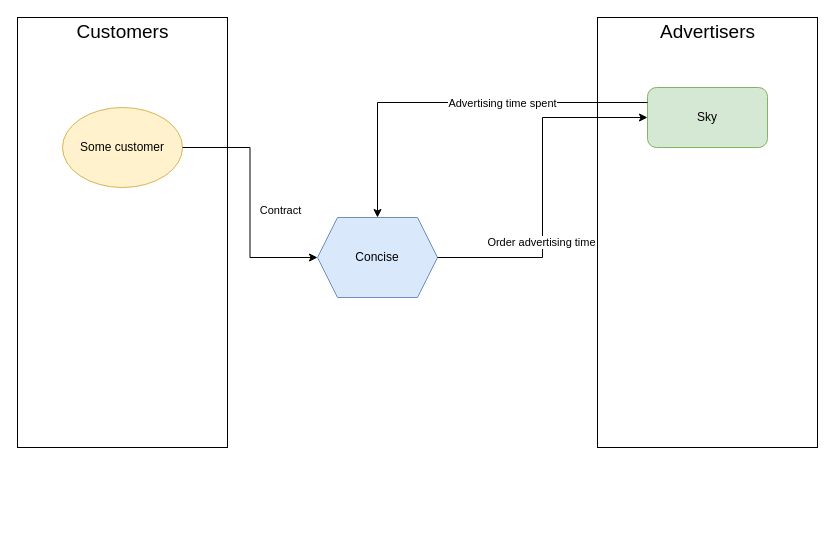
This is Untitled Diagram.drawio from anderslm/playground, a draw.io file, before an edit. Source tidied: cells renumbered, new cells numbered last; positions are measured from the earlier drawing's top-left corner, leaving out a move shared by most shapes. Both pictures are drawn from the tidied source at 100%, with x=0, y=0 at pixel (17, 17).
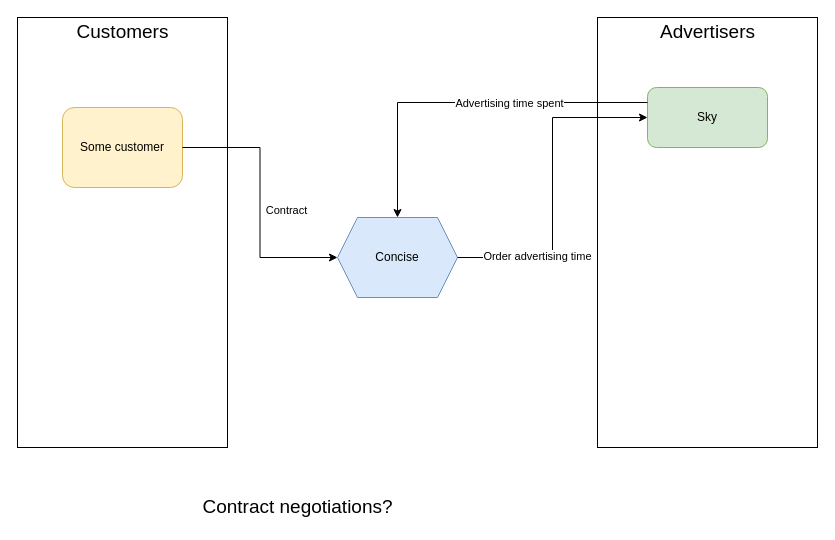
After the change.

Diff of the diagram source:
```diff
@@
 <mxGraphModel>
   <root>
     <mxCell id="0" />
     <mxCell id="1" parent="0" />
     <mxCell id="2" value="&lt;div&gt;Concise&lt;/div&gt;" style="shape=hexagon;perimeter=hexagonPerimeter2;whiteSpace=wrap;html=1;fixedSize=1;fillColor=#dae8fc;strokeColor=#6c8ebf;" parent="1" vertex="1">
-      <mxGeometry x="300" y="200" width="120" height="80" as="geometry" />
+      <mxGeometry x="320" y="200" width="120" height="80" as="geometry" />
     </mxCell>
     <mxCell id="3" style="group;" parent="1" vertex="1">
       <mxGeometry width="210" height="430" as="geometry" />
     </mxCell>
     <mxCell id="4" style="group;" parent="3" vertex="1">
       <mxGeometry width="210" height="430" as="geometry" />
     </mxCell>
     <mxCell id="5" style="rounded=0;whiteSpace=wrap;html=1;" parent="4" vertex="1">
       <mxGeometry width="210" height="430" as="geometry" />
     </mxCell>
-    <mxCell id="6" value="&lt;div&gt;Some customer&lt;/div&gt;" style="ellipse;whiteSpace=wrap;html=1;fillColor=#fff2cc;strokeColor=#d6b656;" parent="4" vertex="1">
+    <mxCell id="6" value="&lt;div&gt;Some customer&lt;/div&gt;" style="rounded=1;whiteSpace=wrap;html=1;fillColor=#fff2cc;strokeColor=#d6b656;" parent="4" vertex="1">
       <mxGeometry x="45" y="90" width="120" height="80" as="geometry" />
     </mxCell>
     <mxCell id="7" value="&lt;div style=&quot;font-size: 19px;&quot;&gt;Customers&lt;/div&gt;" style="text;html=1;align=center;verticalAlign=middle;fontSize=19;" parent="4" vertex="1">
       <mxGeometry x="50" width="110" height="30" as="geometry" />
     </mxCell>
     <mxCell id="8" style="edgeStyle=orthogonalEdgeStyle;rounded=0;jettySize=auto;html=1;entryX=0;entryY=0.5;entryDx=0;entryDy=0;" parent="1" edge="1" source="6" target="2">
       <mxGeometry relative="1" as="geometry" />
     </mxCell>
     <mxCell id="9" value="&lt;div&gt;Contract&lt;/div&gt;" style="edgeLabel;html=1;align=center;verticalAlign=middle;" parent="8" vertex="1">
       <mxGeometry x="-0.46" y="-31" relative="1" as="geometry">
         <mxPoint x="31" y="31" as="offset" />
       </mxGeometry>
     </mxCell>
     <mxCell id="10" style="group;" parent="1" vertex="1">
       <mxGeometry x="580" width="220" height="430" as="geometry" />
     </mxCell>
     <mxCell id="11" style="rounded=0;whiteSpace=wrap;html=1;fontSize=19;" parent="10" vertex="1">
       <mxGeometry width="220" height="430" as="geometry" />
     </mxCell>
     <mxCell id="12" value="Sky" style="rounded=1;whiteSpace=wrap;html=1;fillColor=#d5e8d4;strokeColor=#82b366;" parent="10" vertex="1">
       <mxGeometry x="50" y="70" width="120" height="60" as="geometry" />
     </mxCell>
     <mxCell id="13" value="&lt;div&gt;Advertisers&lt;/div&gt;" style="text;html=1;align=center;verticalAlign=middle;fontSize=19;" parent="10" vertex="1">
       <mxGeometry x="55" width="110" height="30" as="geometry" />
     </mxCell>
     <mxCell id="14" style="edgeStyle=orthogonalEdgeStyle;rounded=0;jettySize=auto;html=1;entryX=0;entryY=0.5;entryDx=0;entryDy=0;" parent="1" edge="1" source="2" target="12">
       <mxGeometry relative="1" as="geometry" />
     </mxCell>
     <mxCell id="15" value="&lt;div&gt;Order advertising time&lt;/div&gt;" style="edgeLabel;html=1;align=center;verticalAlign=middle;" parent="14" vertex="1">
       <mxGeometry x="-0.41" y="16" relative="1" as="geometry" />
     </mxCell>
     <mxCell id="16" style="edgeStyle=orthogonalEdgeStyle;rounded=0;jettySize=auto;html=1;entryX=0.5;entryY=0;entryDx=0;entryDy=0;exitX=0;exitY=0.25;exitDx=0;exitDy=0;" parent="1" edge="1" source="12" target="2">
       <mxGeometry relative="1" as="geometry" />
     </mxCell>
     <mxCell id="17" value="&lt;div&gt;Advertising time spent&lt;/div&gt;" style="edgeLabel;html=1;align=center;verticalAlign=middle;" parent="16" vertex="1">
       <mxGeometry x="-0.24" relative="1" as="geometry" />
     </mxCell>
+    <mxCell id="18" value="&lt;div&gt;Contract negotiations?&lt;/div&gt;" style="text;html=1;align=center;verticalAlign=middle;fontSize=19;" parent="1" vertex="1">
+      <mxGeometry x="175" y="475" width="210" height="30" as="geometry" />
+    </mxCell>
   </root>
 </mxGraphModel>
```
